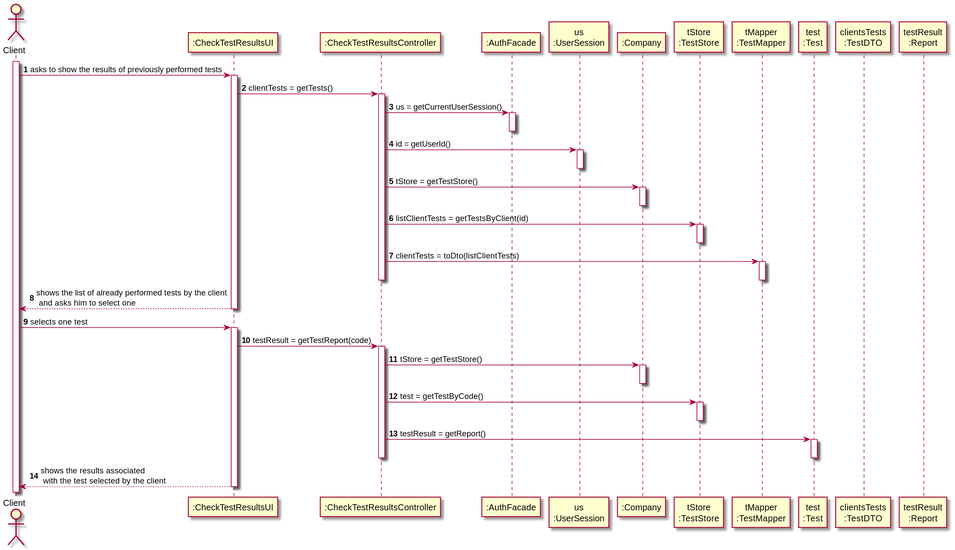
Earlier version of the PlantUML export docs/SprintD/US1_CheckTests/US001_SD.svg (Pedromaia26/LAPR2-ISEP).
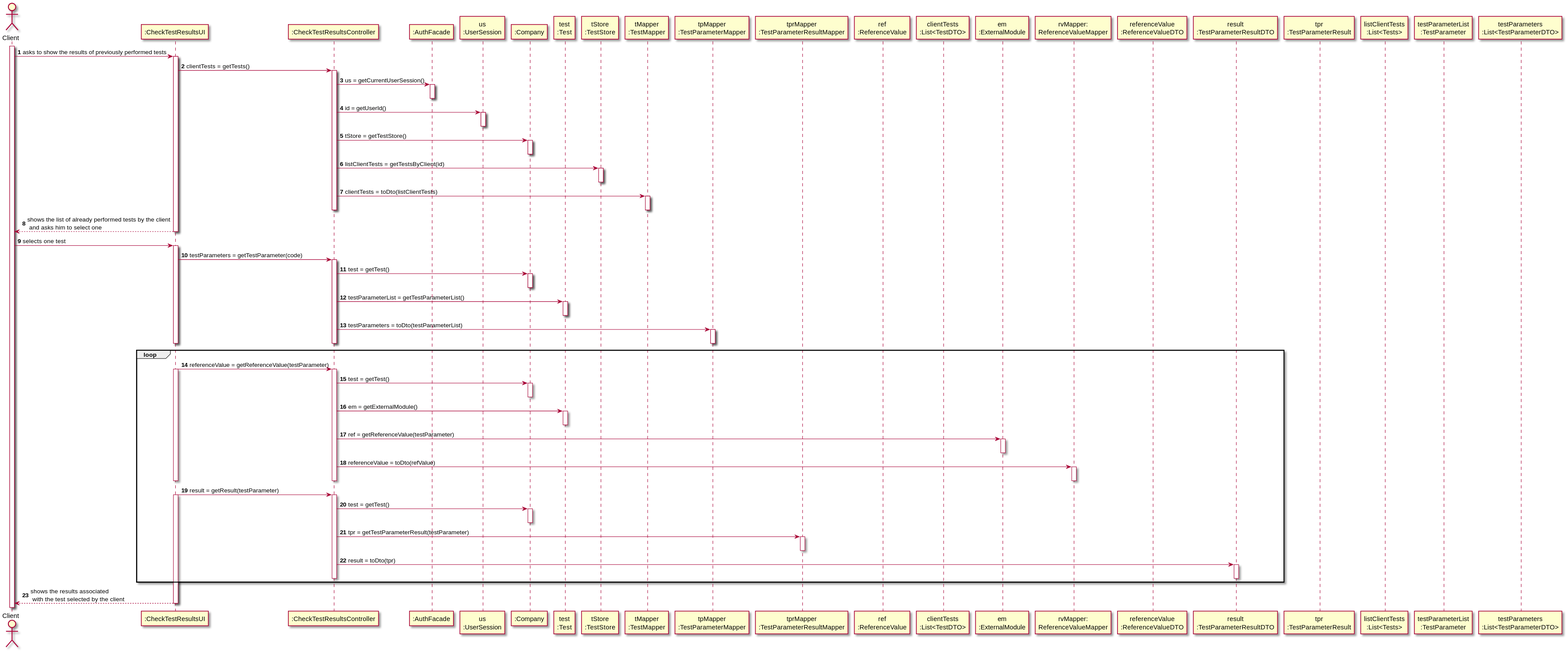
Above is the later version.

The edit, as a diff of the source:
```diff
@@ -8,11 +8,21 @@
 participant ":AuthFacade" as AUTH
 participant "us\n:UserSession" as US
 participant ":Company" as ML
+participant "test\n:Test" as T
 participant "tStore\n:TestStore" as STORE
-participant "tMapper\n:TestMapper" as MAP
-participant "test\n:Test" as T
-participant "clientsTests\n:TestDTO" as DTO
-participant "testResult\n:Report"
+participant "tMapper\n:TestMapper" as MAP1
+participant "tpMapper\n:TestParameterMapper" as MAP3
+participant "tprMapper\n:TestParameterResultMapper" as MAP5
+participant "ref\n:ReferenceValue" as REF
+participant "clientTests\n:List<TestDTO>" as DTO1
+participant "em\n:ExternalModule" as EM
+participant "rvMapper:\nReferenceValueMapper" as RVMAPPER
+participant "referenceValue\n:ReferenceValueDTO"
+participant "result\n:TestParameterResultDTO" as RESULT
+participant "tpr\n:TestParameterResult"
+participant "listClientTests\n:List<Tests>"
+participant "testParameterList\n:TestParameter"
+participant "testParameters\n:List<TestParameterDTO>"
 activate C
 
 C -> UI: asks to show the results of previously performed tests
@@ -31,29 +41,60 @@
 CTRL -> STORE: listClientTests = getTestsByClient(id)
 activate STORE
 deactivate STORE
-CTRL -> MAP: clientTests = toDto(listClientTests)
-activate MAP
-deactivate MAP
+CTRL -> MAP1: clientTests = toDto(listClientTests)
+activate MAP1
+deactivate MAP1
 deactivate CTRL
 UI --> C: shows the list of already performed tests by the client\n and asks him to select one
 deactivate UI
 C -> UI: selects one test
 activate UI
-UI -> CTRL: testResult = getTestReport(code)
+UI -> CTRL: testParameters = getTestParameter(code)
 activate CTRL
-CTRL -> ML: tStore = getTestStore()
+CTRL -> ML: test = getTest()
 activate ML
 deactivate ML
-CTRL -> STORE: test = getTestByCode()
-activate STORE
-deactivate STORE
-CTRL -> T: testResult = getReport()
+CTRL -> T: testParameterList = getTestParameterList()
 activate T
 deactivate T
+CTRL -> MAP3: testParameters = toDto(testParameterList)
+activate MAP3
+deactivate MAP3
 deactivate CTRL
+deactivate UI
+loop
+UI -> CTRL: referenceValue = getReferenceValue(testParameter)
+activate UI
+activate CTRL
+CTRL -> ML: test = getTest()
+activate ML
+deactivate ML
+CTRL -> T : em = getExternalModule()
+activate T
+deactivate T
+CTRL -> EM: ref = getReferenceValue(testParameter)
+activate EM
+deactivate EM
+CTRL -> RVMAPPER: referenceValue = toDto(refValue)
+activate RVMAPPER
+deactivate RVMAPPER
+deactivate CTRL
+deactivate UI
+UI -> CTRL: result = getResult(testParameter)
+activate UI
+activate CTRL
+CTRL -> ML: test = getTest()
+activate ML
+deactivate ML
+CTRL -> MAP5: tpr = getTestParameterResult(testParameter)
+activate MAP5
+deactivate MAP5
+CTRL -> RESULT: result = toDto(tpr)
+activate RESULT
+deactivate RESULT
+deactivate CTRL
+end
 UI --> C: shows the results associated\n with the test selected by the client
 deactivate UI
 
-
-
 @enduml
```
